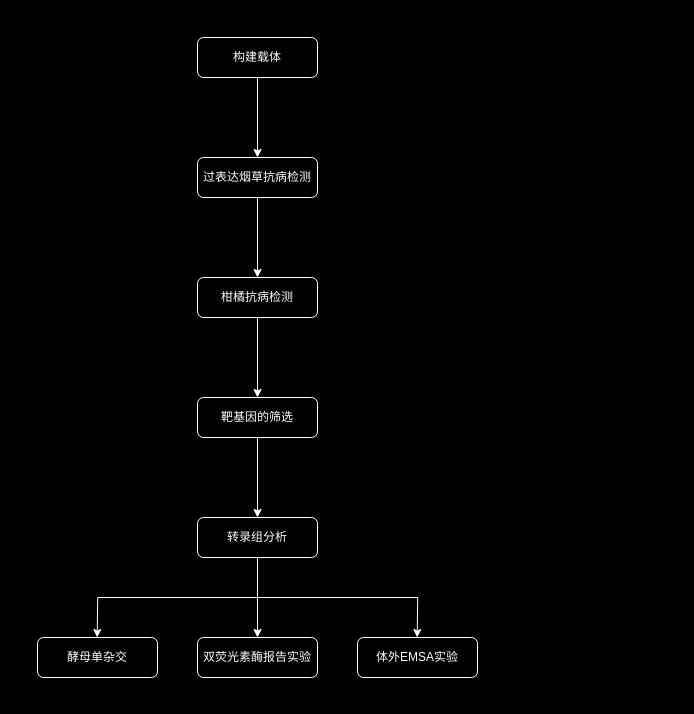
Earlier version of the draw.io diagram yc.drawio (ElinM-Challenge/ElinM-Challenge). Source tidied: cells renumbered, new cells numbered last; positions are measured from the earlier drawing's top-left corner, leaving out a move shared by most shapes. Both pictures are drawn from the tidied source at 100%, with x=0, y=0 at pixel (17, 17).
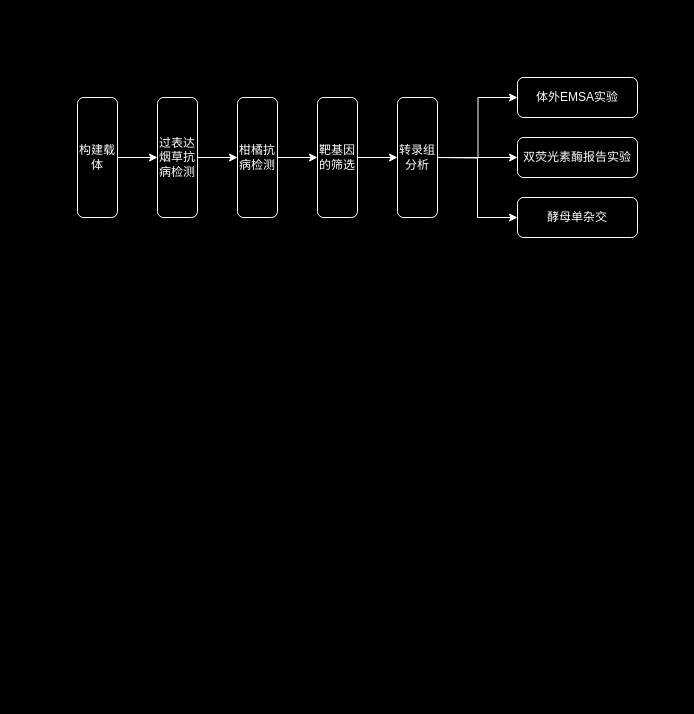
Above is the later version.

Diff of the diagram source:
```diff
@@
 <mxGraphModel background="#000000">
   <root>
     <mxCell id="0" />
     <mxCell id="1" parent="0" />
-    <mxCell id="2" style="rounded=0;whiteSpace=wrap;html=1;strokeColor=none;fontColor=none;fillColor=#000000;noLabel=1;" parent="1" vertex="1">
-      <mxGeometry width="480" height="680" as="geometry" />
+    <mxCell id="2" style="rounded=0;whiteSpace=wrap;html=1;strokeColor=none;fontColor=none;fillColor=#000000;noLabel=1;direction=south;" parent="1" vertex="1">
+      <mxGeometry x="20" y="25" width="640" height="230" as="geometry" />
     </mxCell>
     <mxCell id="3" style="edgeStyle=orthogonalEdgeStyle;rounded=0;jettySize=auto;html=1;strokeColor=#FFFFFF;fontColor=#FFFFFF;" parent="1" edge="1" source="4" target="6">
       <mxGeometry relative="1" as="geometry" />
     </mxCell>
-    <mxCell id="4" value="构建载体" style="rounded=1;whiteSpace=wrap;html=1;fontSize=12;glass=0;strokeWidth=1;shadow=0;labelBackgroundColor=none;fillColor=#000000;strokeColor=#FFFFFF;fontColor=#FFFFFF;" parent="1" vertex="1">
-      <mxGeometry x="180" y="20" width="120" height="40" as="geometry" />
+    <mxCell id="4" value="构建载体" style="rounded=1;whiteSpace=wrap;html=1;fontSize=12;glass=0;strokeWidth=1;shadow=0;labelBackgroundColor=none;fillColor=#000000;strokeColor=#FFFFFF;fontColor=#FFFFFF;direction=south;" parent="1" vertex="1">
+      <mxGeometry x="60" y="80" width="40" height="120" as="geometry" />
     </mxCell>
     <mxCell id="5" style="edgeStyle=orthogonalEdgeStyle;rounded=0;jettySize=auto;html=1;strokeColor=#FFFFFF;fontColor=#FFFFFF;" parent="1" edge="1" source="6" target="8">
       <mxGeometry relative="1" as="geometry" />
     </mxCell>
-    <mxCell id="6" value="过表达烟草抗病检测" style="rounded=1;whiteSpace=wrap;html=1;fontSize=12;glass=0;strokeWidth=1;shadow=0;labelBackgroundColor=none;fillColor=#000000;strokeColor=#FFFFFF;fontColor=#FFFFFF;" parent="1" vertex="1">
-      <mxGeometry x="180" y="140" width="120" height="40" as="geometry" />
+    <mxCell id="6" value="过表达烟草抗病检测" style="rounded=1;whiteSpace=wrap;html=1;fontSize=12;glass=0;strokeWidth=1;shadow=0;labelBackgroundColor=none;fillColor=#000000;strokeColor=#FFFFFF;fontColor=#FFFFFF;direction=south;" parent="1" vertex="1">
+      <mxGeometry x="140" y="80" width="40" height="120" as="geometry" />
     </mxCell>
     <mxCell id="7" style="edgeStyle=orthogonalEdgeStyle;rounded=0;jettySize=auto;html=1;strokeColor=#FFFFFF;fontColor=#FFFFFF;" parent="1" edge="1" source="8" target="10">
       <mxGeometry relative="1" as="geometry" />
     </mxCell>
-    <mxCell id="8" value="柑橘抗病检测" style="rounded=1;whiteSpace=wrap;html=1;fontSize=12;glass=0;strokeWidth=1;shadow=0;labelBackgroundColor=none;fillColor=#000000;strokeColor=#FFFFFF;fontColor=#FFFFFF;" parent="1" vertex="1">
-      <mxGeometry x="180" y="260" width="120" height="40" as="geometry" />
+    <mxCell id="8" value="柑橘抗病检测" style="rounded=1;whiteSpace=wrap;html=1;fontSize=12;glass=0;strokeWidth=1;shadow=0;labelBackgroundColor=none;fillColor=#000000;strokeColor=#FFFFFF;fontColor=#FFFFFF;direction=south;" parent="1" vertex="1">
+      <mxGeometry x="220" y="80" width="40" height="120" as="geometry" />
     </mxCell>
     <mxCell id="9" style="edgeStyle=orthogonalEdgeStyle;rounded=0;jettySize=auto;html=1;strokeColor=#FFFFFF;fontColor=#FFFFFF;" parent="1" edge="1" source="10" target="12">
       <mxGeometry relative="1" as="geometry" />
     </mxCell>
-    <mxCell id="10" value="靶基因的筛选" style="rounded=1;whiteSpace=wrap;html=1;fontSize=12;glass=0;strokeWidth=1;shadow=0;labelBackgroundColor=none;fillColor=#000000;strokeColor=#FFFFFF;fontColor=#FFFFFF;" parent="1" vertex="1">
-      <mxGeometry x="180" y="380" width="120" height="40" as="geometry" />
+    <mxCell id="10" value="靶基因的筛选" style="rounded=1;whiteSpace=wrap;html=1;fontSize=12;glass=0;strokeWidth=1;shadow=0;labelBackgroundColor=none;fillColor=#000000;strokeColor=#FFFFFF;fontColor=#FFFFFF;direction=south;" parent="1" vertex="1">
+      <mxGeometry x="300" y="80" width="40" height="120" as="geometry" />
     </mxCell>
     <mxCell id="11" style="edgeStyle=orthogonalEdgeStyle;rounded=0;jettySize=auto;html=1;strokeColor=#FFFFFF;fontColor=#FFFFFF;" parent="1" edge="1" source="12" target="13">
       <mxGeometry relative="1" as="geometry" />
     </mxCell>
-    <mxCell id="12" value="转录组分析" style="rounded=1;whiteSpace=wrap;html=1;fontSize=12;glass=0;strokeWidth=1;shadow=0;labelBackgroundColor=none;fillColor=#000000;strokeColor=#FFFFFF;fontColor=#FFFFFF;" parent="1" vertex="1">
-      <mxGeometry x="180" y="500" width="120" height="40" as="geometry" />
+    <mxCell id="12" value="转录组分析" style="rounded=1;whiteSpace=wrap;html=1;fontSize=12;glass=0;strokeWidth=1;shadow=0;labelBackgroundColor=none;fillColor=#000000;strokeColor=#FFFFFF;fontColor=#FFFFFF;direction=south;" parent="1" vertex="1">
+      <mxGeometry x="380" y="80" width="40" height="120" as="geometry" />
     </mxCell>
-    <mxCell id="13" value="双荧光素酶报告实验" style="rounded=1;whiteSpace=wrap;html=1;fontSize=12;glass=0;strokeWidth=1;shadow=0;labelBackgroundColor=none;fillColor=#000000;strokeColor=#FFFFFF;fontColor=#FFFFFF;" parent="1" vertex="1">
-      <mxGeometry x="180" y="620" width="120" height="40" as="geometry" />
+    <mxCell id="13" value="双荧光素酶报告实验" style="rounded=1;whiteSpace=wrap;html=1;fontSize=12;glass=0;strokeWidth=1;shadow=0;labelBackgroundColor=none;fillColor=#000000;strokeColor=#FFFFFF;fontColor=#FFFFFF;direction=west;" parent="1" vertex="1">
+      <mxGeometry x="500" y="120" width="120" height="40" as="geometry" />
     </mxCell>
-    <mxCell id="14" value="酵母单杂交" style="rounded=1;whiteSpace=wrap;html=1;fontSize=12;glass=0;strokeWidth=1;shadow=0;labelBackgroundColor=none;fillColor=#000000;strokeColor=#FFFFFF;fontColor=#FFFFFF;" parent="1" vertex="1">
-      <mxGeometry x="20" y="620" width="120" height="40" as="geometry" />
+    <mxCell id="14" value="酵母单杂交" style="rounded=1;whiteSpace=wrap;html=1;fontSize=12;glass=0;strokeWidth=1;shadow=0;labelBackgroundColor=none;fillColor=#000000;strokeColor=#FFFFFF;fontColor=#FFFFFF;direction=west;" parent="1" vertex="1">
+      <mxGeometry x="500" y="180" width="120" height="40" as="geometry" />
     </mxCell>
-    <mxCell id="15" value="体外EMSA实验" style="rounded=1;whiteSpace=wrap;html=1;fontSize=12;glass=0;strokeWidth=1;shadow=0;labelBackgroundColor=none;fillColor=#000000;strokeColor=#FFFFFF;fontColor=#FFFFFF;" parent="1" vertex="1">
-      <mxGeometry x="340" y="620" width="120" height="40" as="geometry" />
+    <mxCell id="15" value="体外EMSA实验" style="rounded=1;whiteSpace=wrap;html=1;fontSize=12;glass=0;strokeWidth=1;shadow=0;labelBackgroundColor=none;fillColor=#000000;strokeColor=#FFFFFF;fontColor=#FFFFFF;direction=west;" parent="1" vertex="1">
+      <mxGeometry x="500" y="60" width="120" height="40" as="geometry" />
     </mxCell>
-    <mxCell id="16" style="edgeStyle=orthogonalEdgeStyle;rounded=0;jettySize=auto;html=1;strokeColor=#FFFFFF;fontColor=#FFFFFF;exitX=0.5;exitY=1;exitDx=0;exitDy=0;" parent="1" edge="1" source="12">
-      <mxGeometry relative="1" as="geometry">
-        <mxPoint x="79.7" y="620" as="targetPoint" />
-      </mxGeometry>
-    </mxCell>
-    <mxCell id="17" style="edgeStyle=orthogonalEdgeStyle;rounded=0;jettySize=auto;html=1;strokeColor=#FFFFFF;fontColor=#FFFFFF;exitX=0.5;exitY=1;exitDx=0;exitDy=0;" parent="1" edge="1" source="12">
-      <mxGeometry relative="1" as="geometry">
-        <mxPoint x="399.7" y="620" as="targetPoint" />
-      </mxGeometry>
-    </mxCell>
+    <mxCell id="18" style="edgeStyle=orthogonalEdgeStyle;rounded=0;jettySize=auto;html=1;strokeColor=#FFFFFF;fontColor=#FFFFFF;entryX=1;entryY=0.5;entryDx=0;entryDy=0;exitX=0.5;exitY=0;exitDx=0;exitDy=0;" parent="1" edge="1" source="12" target="14">
+      <mxGeometry relative="1" as="geometry" />
+    </mxCell>
+    <mxCell id="19" style="edgeStyle=orthogonalEdgeStyle;rounded=0;jettySize=auto;html=1;strokeColor=#FFFFFF;fontColor=#FFFFFF;entryX=1;entryY=0.5;entryDx=0;entryDy=0;" parent="1" edge="1" target="15">
+      <mxGeometry relative="1" as="geometry">
+        <mxPoint x="420" y="140" as="sourcePoint" />
+      </mxGeometry>
+    </mxCell>
   </root>
 </mxGraphModel>
```
